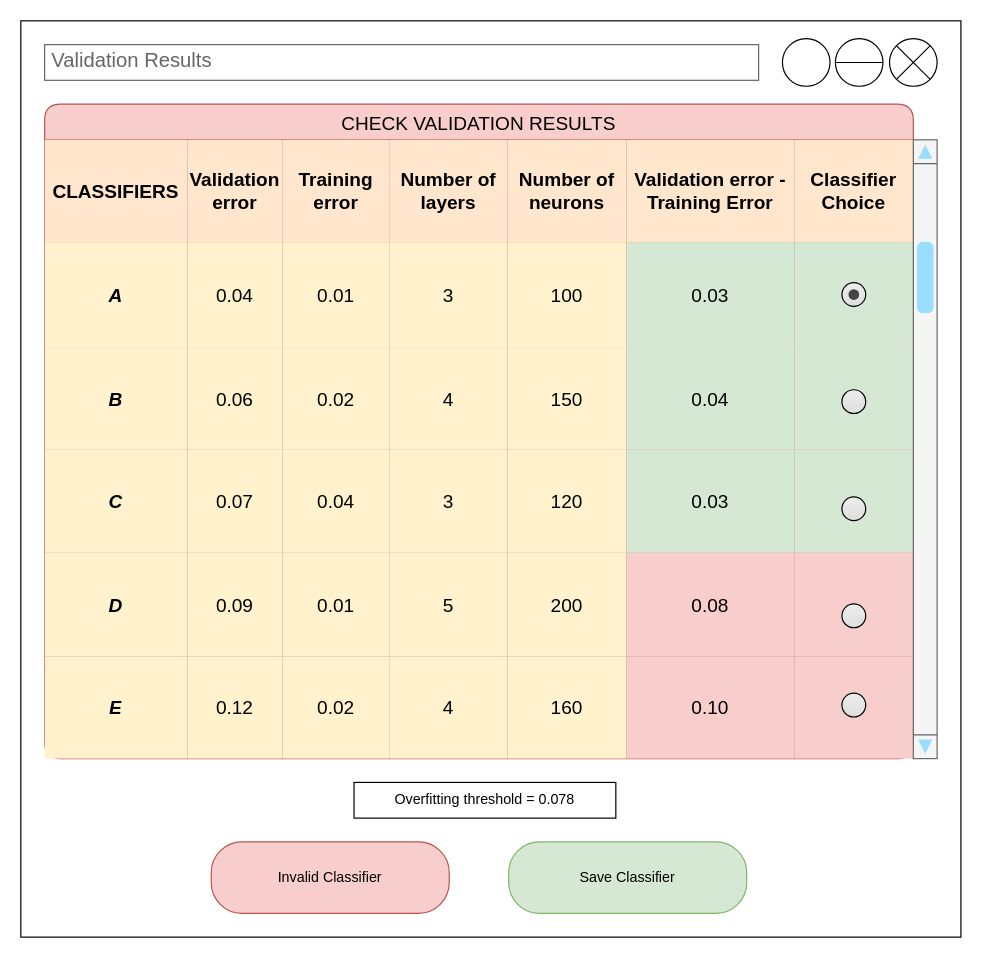
Above: check validation results (Cape)/CHECK VALIDATION RESULTS -TASK LEVEL MODELING.drawio in BaffoBello14/AutomaticDamagesRecognition (draw.io), before the change. Source tidied: cells renumbered, new cells numbered last; positions are measured from the earlier drawing's top-left corner, leaving out a move shared by most shapes. Both pictures are drawn from the tidied source at 119%, with x=0, y=0 at pixel (20, 20).
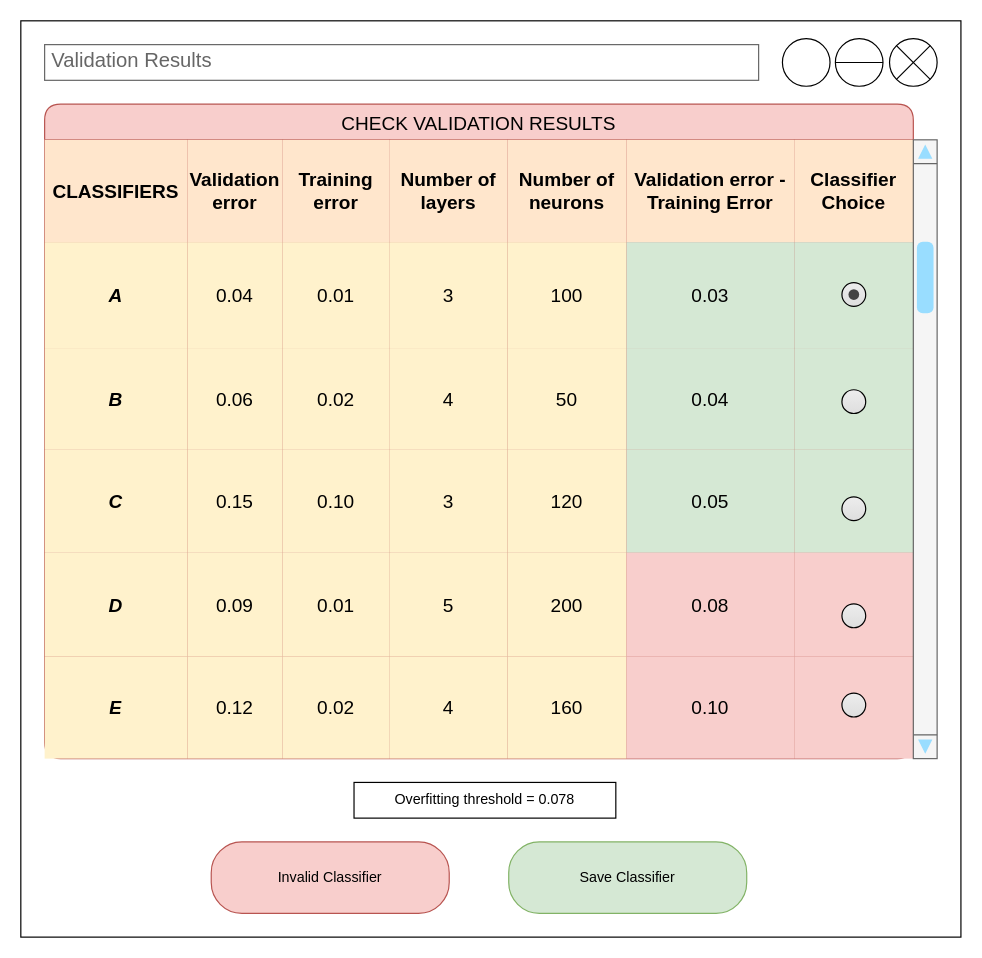
After the change.

Unchanged cells that the change refers to:
```xml
<mxCell id="20" style="shape=tableRow;horizontal=0;startSize=0;swimlaneHead=0;swimlaneBody=0;strokeColor=inherit;top=0;left=0;bottom=0;right=0;fillColor=none;fontSize=16;" parent="3" vertex="1">
  <mxGeometry y="205" width="730" height="85" as="geometry" />
</mxCell>
<mxCell id="28" style="shape=tableRow;horizontal=0;startSize=0;swimlaneHead=0;swimlaneBody=0;strokeColor=inherit;top=0;left=0;bottom=0;right=0;fillColor=none;fontSize=16;" parent="3" vertex="1">
  <mxGeometry y="290" width="730" height="87" as="geometry" />
</mxCell>
```

The edit, as a diff of the source:
```diff
@@
-    <mxCell id="25" value="150" style="shape=partialRectangle;html=1;whiteSpace=wrap;strokeColor=#d6b656;overflow=hidden;fillColor=#fff2cc;top=0;left=0;bottom=0;right=0;fontSize=16;" parent="20" vertex="1">
+    <mxCell id="25" value="50" style="shape=partialRectangle;html=1;whiteSpace=wrap;strokeColor=#d6b656;overflow=hidden;fillColor=#fff2cc;top=0;left=0;bottom=0;right=0;fontSize=16;" parent="20" vertex="1">
       <mxGeometry x="389" width="100" height="85" as="geometry" />
     </mxCell>
@@
-    <mxCell id="30" value="0.07" style="shape=partialRectangle;html=1;whiteSpace=wrap;strokeColor=#d6b656;overflow=hidden;fillColor=#fff2cc;top=0;left=0;bottom=0;right=0;fontSize=16;" parent="28" vertex="1">
+    <mxCell id="30" value="0.15" style="shape=partialRectangle;html=1;whiteSpace=wrap;strokeColor=#d6b656;overflow=hidden;fillColor=#fff2cc;top=0;left=0;bottom=0;right=0;fontSize=16;" parent="28" vertex="1">
       <mxGeometry x="120" width="80" height="87" as="geometry" />
     </mxCell>
-    <mxCell id="31" value="0.04" style="shape=partialRectangle;html=1;whiteSpace=wrap;strokeColor=#d6b656;overflow=hidden;fillColor=#fff2cc;top=0;left=0;bottom=0;right=0;fontSize=16;" parent="28" vertex="1">
+    <mxCell id="31" value="0.10" style="shape=partialRectangle;html=1;whiteSpace=wrap;strokeColor=#d6b656;overflow=hidden;fillColor=#fff2cc;top=0;left=0;bottom=0;right=0;fontSize=16;" parent="28" vertex="1">
       <mxGeometry x="200" width="90" height="87" as="geometry" />
     </mxCell>
@@
-    <mxCell id="34" value="0.03" style="shape=partialRectangle;html=1;whiteSpace=wrap;strokeColor=#82b366;overflow=hidden;fillColor=#d5e8d4;top=0;left=0;bottom=0;right=0;fontSize=16;fontStyle=0;" parent="28" vertex="1">
+    <mxCell id="34" value="0.05" style="shape=partialRectangle;html=1;whiteSpace=wrap;strokeColor=#82b366;overflow=hidden;fillColor=#d5e8d4;top=0;left=0;bottom=0;right=0;fontSize=16;fontStyle=0;" parent="28" vertex="1">
       <mxGeometry x="489" width="141" height="87" as="geometry" />
     </mxCell>
```
